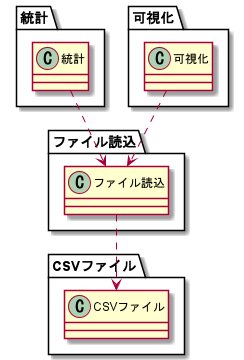
ShisatoYano/CsvDataAnalyzer keeps this PlantUML diagram as docs/design/uml/PackageDiagram/PackageDiagram.png. Above is the earlier version.
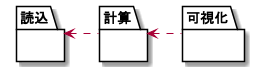
After the commit.

Commit message:
revised package diagram

The edit, as a diff of the source:
```diff
@@ -1,22 +1,15 @@
 @startuml
 
-package ファイル読込 {
-    class ファイル読込
+package 読込 {
 }
 
-package 統計 {
-    class 統計
-    統計 ..> ファイル読込
+package 計算 {
 }
 
 package 可視化 {
-    class 可視化
-    可視化 ..> ファイル読込
 }
 
-package CSVファイル {
-    class CSVファイル
-    ファイル読込 ..> CSVファイル
-}
+読込 <. 計算
+計算 <. 可視化
 
 @enduml
```
